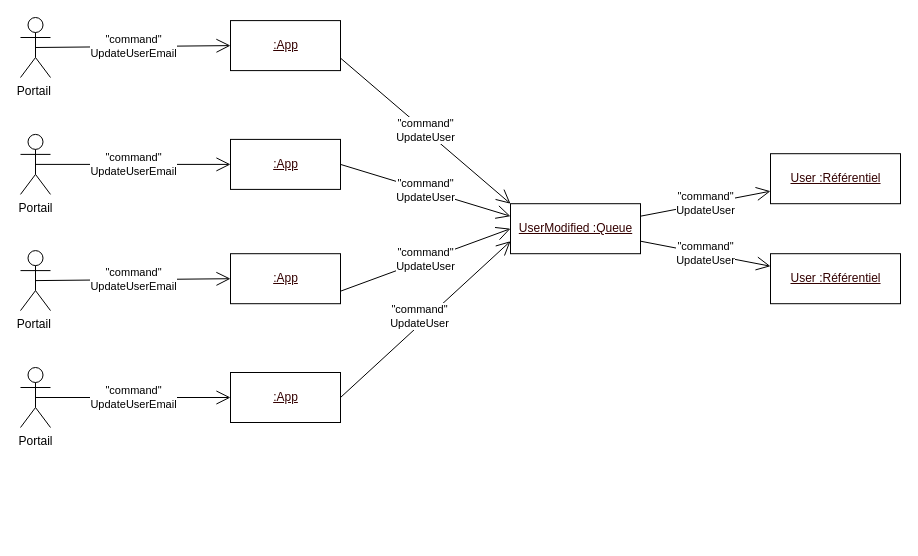
The draw.io diagram page "scalabilité" (6 of 9) of drafts/data-liberation.drawio in diplomegalo/event-driven, before the edit. Source tidied: cells renumbered, new cells numbered last; positions are measured from the earlier drawing's top-left corner, leaving out a move shared by most shapes. Both pictures are drawn from the tidied source at 100%, with x=0, y=0 at pixel (20, 17).
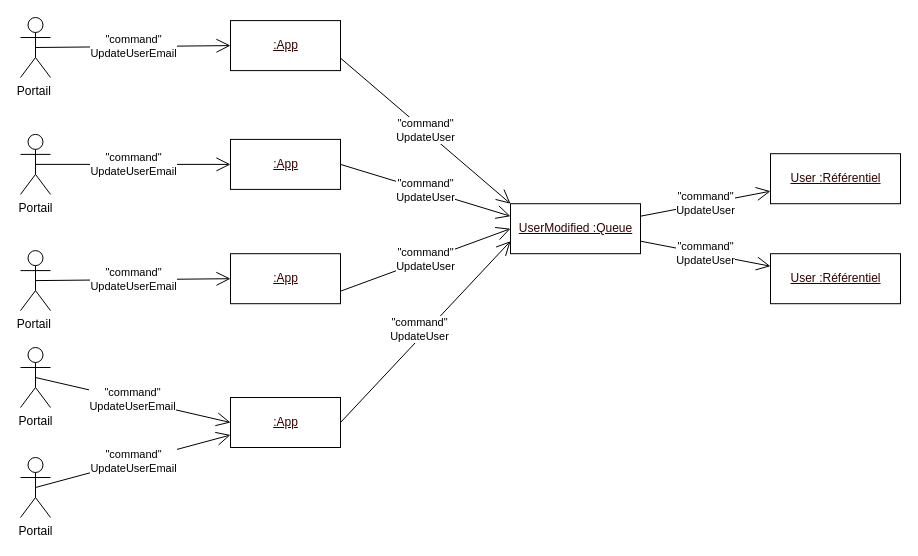
The same page after the edit.

What changed in the source:
```diff
@@
     <mxCell id="2" value="Portail" style="shape=umlActor;verticalLabelPosition=bottom;verticalAlign=top;html=1;outlineConnect=0;" parent="1" vertex="1">
-      <mxGeometry y="350" width="30" height="60" as="geometry" />
+      <mxGeometry y="330" width="30" height="60" as="geometry" />
     </mxCell>
@@
     <mxCell id="6" value="&lt;u&gt;:App&lt;/u&gt;" style="html=1;fontSize=12;fontColor=#330000;align=center;" parent="1" vertex="1">
-      <mxGeometry x="210" y="355" width="110" height="50" as="geometry" />
+      <mxGeometry x="210" y="380" width="110" height="50" as="geometry" />
     </mxCell>
@@
+    <mxCell id="23" value="Portail" style="shape=umlActor;verticalLabelPosition=bottom;verticalAlign=top;html=1;outlineConnect=0;" parent="1" vertex="1">
+      <mxGeometry y="440" width="30" height="60" as="geometry" />
+    </mxCell>
+    <mxCell id="24" value="&quot;command&quot;&lt;br&gt;UpdateUserEmail" style="endArrow=open;endFill=1;endSize=12;html=1;exitX=0.5;exitY=0.5;exitDx=0;exitDy=0;exitPerimeter=0;entryX=0;entryY=0.75;entryDx=0;entryDy=0;" parent="1" edge="1" source="23" target="6">
+      <mxGeometry relative="1" as="geometry" />
+    </mxCell>
```
